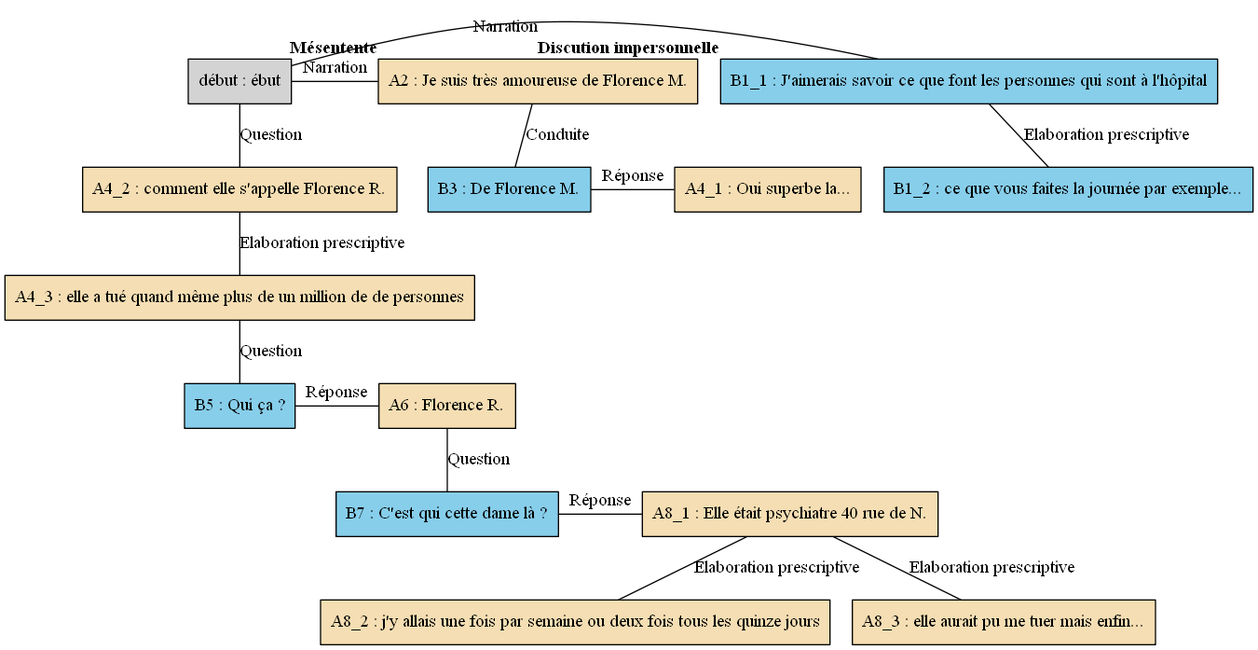
AlaixComet/AnnotationSlamPTut keeps this Graphviz diagram as arbres/Florence/Florence_-_E08.gv.png. Above is the earlier version. Its source is kept beside it as arbres/Florence/Florence_-_E08.gv. Source of this version:
```dot
digraph E08 {
	node [shape=box style=filled]
	"début" [label="début : ébut" xlabel=""]
	B1_1 [label="B1_1 : J'aimerais savoir ce que font les personnes qui sont à l'hôpital" fillcolor=skyblue xlabel=<<B>Discution impersonnelle</B>>]
	B1_2 [label="B1_2 : ce que vous faites la journée par exemple..." fillcolor=skyblue xlabel=""]
	A2 [label="A2 : Je suis très amoureuse de Florence M." fillcolor=wheat xlabel=<<B>Mésentente</B>>]
	B3 [label="B3 : De Florence M." fillcolor=skyblue xlabel=""]
	A4_1 [label="A4_1 : Oui superbe la..." fillcolor=wheat xlabel=""]
	A4_2 [label="A4_2 : comment elle s'appelle Florence R." fillcolor=wheat xlabel=""]
	A4_3 [label="A4_3 : elle a tué quand même plus de un million de de personnes" fillcolor=wheat xlabel=""]
	B5 [label="B5 : Qui ça ?" fillcolor=skyblue xlabel=""]
	A6 [label="A6 : Florence R." fillcolor=wheat xlabel=""]
	B7 [label="B7 : C'est qui cette dame là ?" fillcolor=skyblue xlabel=""]
	A8_1 [label="A8_1 : Elle était psychiatre 40 rue de N." fillcolor=wheat xlabel=""]
	A8_2 [label="A8_2 : j'y allais une fois par semaine ou deux fois tous les quinze jours" fillcolor=wheat xlabel=""]
	A8_3 [label="A8_3 : elle aurait pu me tuer mais enfin..." fillcolor=wheat xlabel=""]
	{
		rank=same
		"début"
		B1_1
		"début" -> B1_1 [label=Narration dir=none]
	}
	B1_1 -> B1_2 [label="Elaboration prescriptive" dir=none]
	{
		rank=same
		"début"
		A2
		"début" -> A2 [label=Narration dir=none]
	}
	A2 -> B3 [label=Conduite dir=none]
	{
		rank=same
		B3
		A4_1
		B3 -> A4_1 [label="Réponse" dir=none]
	}
	"début" -> A4_2 [label=Question dir=none]
	A4_2 -> A4_3 [label="Elaboration prescriptive" dir=none]
	A4_3 -> B5 [label=Question dir=none]
	{
		rank=same
		B5
		A6
		B5 -> A6 [label="Réponse" dir=none]
	}
	A6 -> B7 [label=Question dir=none]
	{
		rank=same
		B7
		A8_1
		B7 -> A8_1 [label="Réponse" dir=none]
	}
	A8_1 -> A8_2 [label="Elaboration prescriptive" dir=none]
	A8_1 -> A8_3 [label="Elaboration prescriptive" dir=none]
}
```
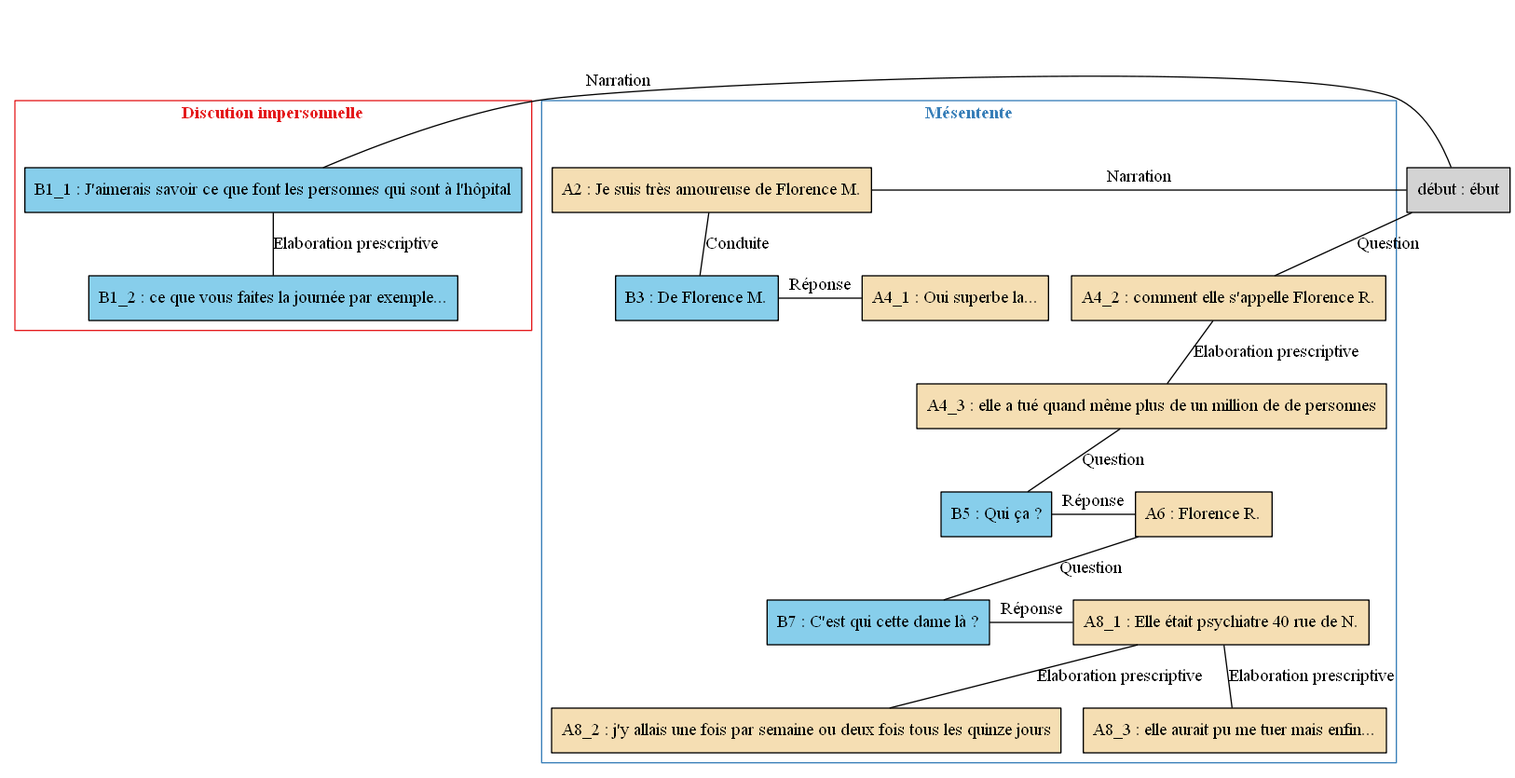
Above is the later version.

Change to the diagram source:
```diff
@@ -1,55 +1,63 @@
 digraph E08 {
 	node [shape=box style=filled]
-	"début" [label="début : ébut" xlabel=""]
-	B1_1 [label="B1_1 : J'aimerais savoir ce que font les personnes qui sont à l'hôpital" fillcolor=skyblue xlabel=<<B>Discution impersonnelle</B>>]
-	B1_2 [label="B1_2 : ce que vous faites la journée par exemple..." fillcolor=skyblue xlabel=""]
-	A2 [label="A2 : Je suis très amoureuse de Florence M." fillcolor=wheat xlabel=<<B>Mésentente</B>>]
-	B3 [label="B3 : De Florence M." fillcolor=skyblue xlabel=""]
-	A4_1 [label="A4_1 : Oui superbe la..." fillcolor=wheat xlabel=""]
-	A4_2 [label="A4_2 : comment elle s'appelle Florence R." fillcolor=wheat xlabel=""]
-	A4_3 [label="A4_3 : elle a tué quand même plus de un million de de personnes" fillcolor=wheat xlabel=""]
-	B5 [label="B5 : Qui ça ?" fillcolor=skyblue xlabel=""]
-	A6 [label="A6 : Florence R." fillcolor=wheat xlabel=""]
-	B7 [label="B7 : C'est qui cette dame là ?" fillcolor=skyblue xlabel=""]
-	A8_1 [label="A8_1 : Elle était psychiatre 40 rue de N." fillcolor=wheat xlabel=""]
-	A8_2 [label="A8_2 : j'y allais une fois par semaine ou deux fois tous les quinze jours" fillcolor=wheat xlabel=""]
-	A8_3 [label="A8_3 : elle aurait pu me tuer mais enfin..." fillcolor=wheat xlabel=""]
-	{
-		rank=same
-		"début"
+	newrank=true
+	zero [style=invis]
+	"début" [label="début : ébut"]
+	B1_1 [label="B1_1 : J'aimerais savoir ce que font les personnes qui sont à l'hôpital" fillcolor=skyblue]
+	B1_2 [label="B1_2 : ce que vous faites la journée par exemple..." fillcolor=skyblue]
+	A2 [label="A2 : Je suis très amoureuse de Florence M." fillcolor=wheat]
+	B3 [label="B3 : De Florence M." fillcolor=skyblue]
+	A4_1 [label="A4_1 : Oui superbe la..." fillcolor=wheat]
+	A4_2 [label="A4_2 : comment elle s'appelle Florence R." fillcolor=wheat]
+	A4_3 [label="A4_3 : elle a tué quand même plus de un million de de personnes" fillcolor=wheat]
+	B5 [label="B5 : Qui ça ?" fillcolor=skyblue]
+	A6 [label="A6 : Florence R." fillcolor=wheat]
+	B7 [label="B7 : C'est qui cette dame là ?" fillcolor=skyblue]
+	A8_1 [label="A8_1 : Elle était psychiatre 40 rue de N." fillcolor=wheat]
+	A8_2 [label="A8_2 : j'y allais une fois par semaine ou deux fois tous les quinze jours" fillcolor=wheat]
+	A8_3 [label="A8_3 : elle aurait pu me tuer mais enfin..." fillcolor=wheat]
+	zero -> "début" [label="" style=invis]
+	zero -> B1_1 [style=invis weight=1]
+	"début" -> B1_1 [label=Narration constraint=false dir=none]
+	B1_1 -> B1_2 [label="Elaboration prescriptive" dir=none weight=2]
+	zero -> A2 [style=invis weight=1]
+	"début" -> A2 [label=Narration constraint=false dir=none]
+	A2 -> B3 [label=Conduite dir=none weight=2]
+	A2 -> A4_1 [style=invis weight=1]
+	B3 -> A4_1 [label="Réponse" constraint=false dir=none]
+	"début" -> A4_2 [label=Question dir=none weight=2]
+	A4_2 -> A4_3 [label="Elaboration prescriptive" dir=none weight=2]
+	A4_3 -> B5 [label=Question dir=none weight=2]
+	A4_3 -> A6 [style=invis weight=1]
+	B5 -> A6 [label="Réponse" constraint=false dir=none]
+	A6 -> B7 [label=Question dir=none weight=2]
+	A6 -> A8_1 [style=invis weight=1]
+	B7 -> A8_1 [label="Réponse" constraint=false dir=none]
+	A8_1 -> A8_2 [label="Elaboration prescriptive" dir=none weight=2]
+	A8_1 -> A8_3 [label="Elaboration prescriptive" dir=none weight=2]
+	subgraph cluster_1 {
+		label=<<B>Discution impersonnelle</B>>
+		colorscheme=set19
+		color=1
+		fontcolor=1
 		B1_1
-		"début" -> B1_1 [label=Narration dir=none]
+		B1_2
 	}
-	B1_1 -> B1_2 [label="Elaboration prescriptive" dir=none]
-	{
-		rank=same
-		"début"
+	subgraph cluster_2 {
+		label=<<B>Mésentente</B>>
+		colorscheme=set19
+		color=2
+		fontcolor=2
 		A2
-		"début" -> A2 [label=Narration dir=none]
-	}
-	A2 -> B3 [label=Conduite dir=none]
-	{
-		rank=same
 		B3
 		A4_1
-		B3 -> A4_1 [label="Réponse" dir=none]
-	}
-	"début" -> A4_2 [label=Question dir=none]
-	A4_2 -> A4_3 [label="Elaboration prescriptive" dir=none]
-	A4_3 -> B5 [label=Question dir=none]
-	{
-		rank=same
+		A4_2
+		A4_3
 		B5
 		A6
-		B5 -> A6 [label="Réponse" dir=none]
-	}
-	A6 -> B7 [label=Question dir=none]
-	{
-		rank=same
 		B7
 		A8_1
-		B7 -> A8_1 [label="Réponse" dir=none]
+		A8_2
+		A8_3
 	}
-	A8_1 -> A8_2 [label="Elaboration prescriptive" dir=none]
-	A8_1 -> A8_3 [label="Elaboration prescriptive" dir=none]
 }
```
